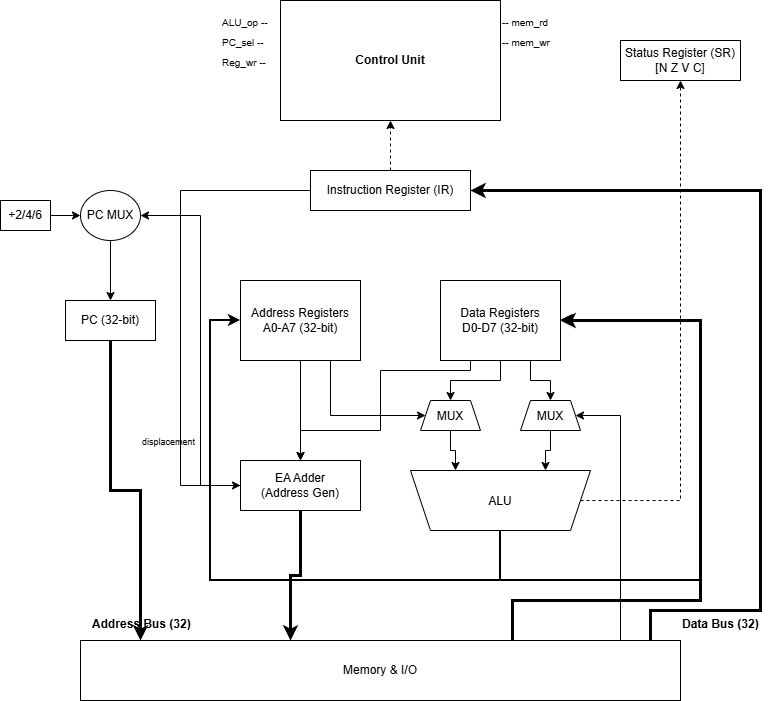
Earlier version of the draw.io export ak_lab_3_5.drawio.png (Dmitry-Kuzmin456/ak_lab3_scheme). Source tidied: cells renumbered, new cells last; positions are measured from the earlier drawing's top-left corner, leaving out a move shared by most shapes.
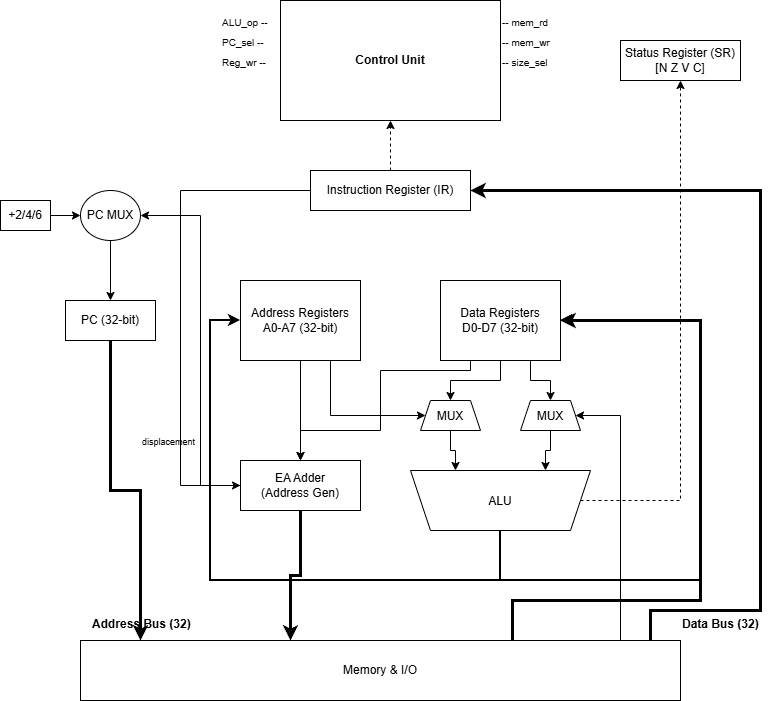
Above is the later version.

Diff of the diagram source:
```diff
@@ -179,5 +179,8 @@
     <mxCell id="42" value="displacement" style="text;fontSize=9;" parent="1" vertex="1">
       <mxGeometry x="140" y="430" width="70" height="20" as="geometry" />
     </mxCell>
+    <mxCell id="43" value="-- size_sel" style="text;fontSize=10;" parent="1" vertex="1">
+      <mxGeometry x="500" y="50" width="60" height="20" as="geometry" />
+    </mxCell>
   </root>
 </mxGraphModel>
```
